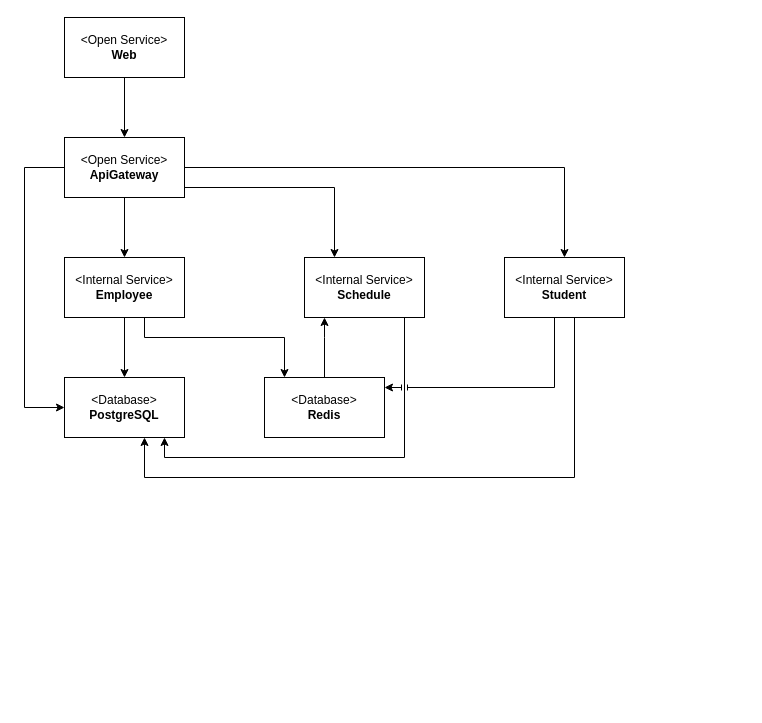
Before: docs/architecture.drawio in IrusHunter/duckademic, a draw.io diagram. Source tidied: cells renumbered, new cells numbered last; positions are measured from the earlier drawing's top-left corner, leaving out a move shared by most shapes. Both pictures are drawn from the tidied source at 100%, with x=0, y=0 at pixel (24, 17).
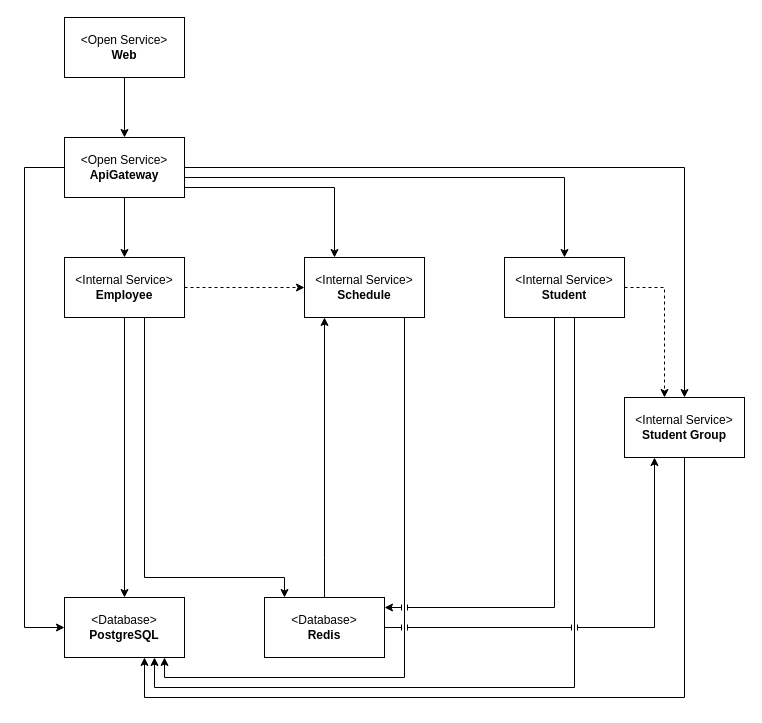
After the change.

Unchanged cells that the change refers to:
```xml
<mxCell id="7" value="&amp;lt;Open Service&amp;gt;&lt;div&gt;&lt;b&gt;ApiGateway&lt;/b&gt;&lt;/div&gt;" style="html=1;whiteSpace=wrap;" parent="1" vertex="1">
  <mxGeometry x="40" y="120" width="120" height="60" as="geometry" />
</mxCell>
<mxCell id="9" value="&amp;lt;Internal Service&amp;gt;&lt;div&gt;&lt;b&gt;Employee&lt;/b&gt;&lt;/div&gt;" style="html=1;whiteSpace=wrap;" parent="1" vertex="1">
  <mxGeometry x="40" y="240" width="120" height="60" as="geometry" />
</mxCell>
<mxCell id="11" value="&amp;lt;Internal Service&amp;gt;&lt;div&gt;&lt;b&gt;Schedule&lt;/b&gt;&lt;/div&gt;" style="html=1;whiteSpace=wrap;" parent="1" vertex="1">
  <mxGeometry x="280" y="240" width="120" height="60" as="geometry" />
</mxCell>
<mxCell id="17" value="&amp;lt;Internal Service&amp;gt;&lt;div&gt;&lt;b&gt;Student&lt;/b&gt;&lt;/div&gt;" style="html=1;whiteSpace=wrap;" parent="1" vertex="1">
  <mxGeometry x="480" y="240" width="120" height="60" as="geometry" />
</mxCell>
```

What changed in the source:
```diff
@@
     <mxCell id="6" style="edgeStyle=orthogonalEdgeStyle;html=1;jumpStyle=line;rounded=0;curved=0;" parent="1" edge="1" source="7" target="10">
       <mxGeometry relative="1" as="geometry">
         <Array as="points">
           <mxPoint y="150" />
-          <mxPoint y="390" />
+          <mxPoint y="610" />
         </Array>
       </mxGeometry>
     </mxCell>
@@
     <mxCell id="10" value="&amp;lt;Database&amp;gt;&lt;div&gt;&lt;b&gt;PostgreSQL&lt;/b&gt;&lt;/div&gt;" style="html=1;whiteSpace=wrap;" parent="1" vertex="1">
-      <mxGeometry x="40" y="360" width="120" height="60" as="geometry" />
+      <mxGeometry x="40" y="580" width="120" height="60" as="geometry" />
     </mxCell>
@@
     <mxCell id="12" value="&amp;lt;Database&amp;gt;&lt;div&gt;&lt;b&gt;Redis&lt;/b&gt;&lt;/div&gt;" style="html=1;whiteSpace=wrap;" parent="1" vertex="1">
-      <mxGeometry x="240" y="360" width="120" height="60" as="geometry" />
+      <mxGeometry x="240" y="580" width="120" height="60" as="geometry" />
     </mxCell>
     <mxCell id="13" style="edgeStyle=orthogonalEdgeStyle;html=1;rounded=0;curved=0;" parent="1" edge="1" source="12" target="11">
       <mxGeometry relative="1" as="geometry">
         <Array as="points">
-          <mxPoint x="300" y="320" />
-          <mxPoint x="300" y="320" />
+          <mxPoint x="300" y="540" />
+          <mxPoint x="300" y="540" />
         </Array>
       </mxGeometry>
     </mxCell>
     <mxCell id="14" style="edgeStyle=orthogonalEdgeStyle;html=1;rounded=0;curved=0;" parent="1" edge="1" source="9" target="12">
       <mxGeometry relative="1" as="geometry">
         <Array as="points">
-          <mxPoint x="120" y="320" />
-          <mxPoint x="260" y="320" />
+          <mxPoint x="120" y="560" />
+          <mxPoint x="260" y="560" />
         </Array>
       </mxGeometry>
     </mxCell>
@@
     <mxCell id="16" style="edgeStyle=orthogonalEdgeStyle;html=1;rounded=0;curved=0;" parent="1" edge="1" source="11" target="10">
       <mxGeometry relative="1" as="geometry">
         <Array as="points">
-          <mxPoint x="380" y="440" />
-          <mxPoint x="140" y="440" />
+          <mxPoint x="380" y="660" />
+          <mxPoint x="140" y="660" />
         </Array>
       </mxGeometry>
     </mxCell>
@@
     <mxCell id="18" style="edgeStyle=orthogonalEdgeStyle;html=1;rounded=0;curved=0;jumpStyle=line;" parent="1" edge="1" source="17" target="12">
       <mxGeometry relative="1" as="geometry">
         <Array as="points">
-          <mxPoint x="530" y="370" />
+          <mxPoint x="530" y="590" />
         </Array>
       </mxGeometry>
     </mxCell>
     <mxCell id="19" style="edgeStyle=orthogonalEdgeStyle;html=1;rounded=0;curved=0;jumpStyle=line;" parent="1" edge="1" source="17" target="10">
       <mxGeometry relative="1" as="geometry">
         <Array as="points">
-          <mxPoint x="550" y="460" />
-          <mxPoint x="120" y="460" />
+          <mxPoint x="550" y="670" />
+          <mxPoint x="130" y="670" />
         </Array>
       </mxGeometry>
     </mxCell>
     <mxCell id="20" style="edgeStyle=orthogonalEdgeStyle;html=1;rounded=0;curved=0;jumpStyle=line;" parent="1" edge="1" source="7" target="17">
       <mxGeometry relative="1" as="geometry">
         <Array as="points">
-          <mxPoint x="540" y="150" />
+          <mxPoint x="540" y="160" />
         </Array>
       </mxGeometry>
     </mxCell>
+    <mxCell id="21" value="&amp;lt;Internal Service&amp;gt;&lt;div&gt;&lt;b&gt;Student Group&lt;/b&gt;&lt;/div&gt;" style="html=1;whiteSpace=wrap;" parent="1" vertex="1">
+      <mxGeometry x="600" y="380" width="120" height="60" as="geometry" />
+    </mxCell>
+    <mxCell id="22" style="edgeStyle=orthogonalEdgeStyle;html=1;rounded=0;curved=0;dashed=1;jumpStyle=line;" parent="1" edge="1" source="9" target="11">
+      <mxGeometry relative="1" as="geometry">
+        <Array as="points">
+          <mxPoint x="210" y="270" />
+          <mxPoint x="210" y="270" />
+        </Array>
+      </mxGeometry>
+    </mxCell>
+    <mxCell id="23" style="edgeStyle=orthogonalEdgeStyle;html=1;rounded=0;curved=0;jumpStyle=line;" parent="1" edge="1" source="21" target="10">
+      <mxGeometry relative="1" as="geometry">
+        <Array as="points">
+          <mxPoint x="660" y="680" />
+          <mxPoint x="120" y="680" />
+        </Array>
+      </mxGeometry>
+    </mxCell>
+    <mxCell id="24" style="edgeStyle=orthogonalEdgeStyle;html=1;rounded=0;curved=0;jumpStyle=line;" parent="1" edge="1" source="7" target="21">
+      <mxGeometry relative="1" as="geometry">
+        <Array as="points">
+          <mxPoint x="660" y="150" />
+        </Array>
+      </mxGeometry>
+    </mxCell>
+    <mxCell id="25" style="edgeStyle=orthogonalEdgeStyle;html=1;rounded=0;curved=0;dashed=1;jumpStyle=line;" parent="1" edge="1" source="17" target="21">
+      <mxGeometry relative="1" as="geometry">
+        <Array as="points">
+          <mxPoint x="640" y="270" />
+        </Array>
+      </mxGeometry>
+    </mxCell>
+    <mxCell id="26" style="edgeStyle=orthogonalEdgeStyle;html=1;rounded=0;curved=0;jumpStyle=line;" parent="1" edge="1" source="12" target="21">
+      <mxGeometry relative="1" as="geometry">
+        <Array as="points">
+          <mxPoint x="630" y="610" />
+        </Array>
+      </mxGeometry>
+    </mxCell>
```
